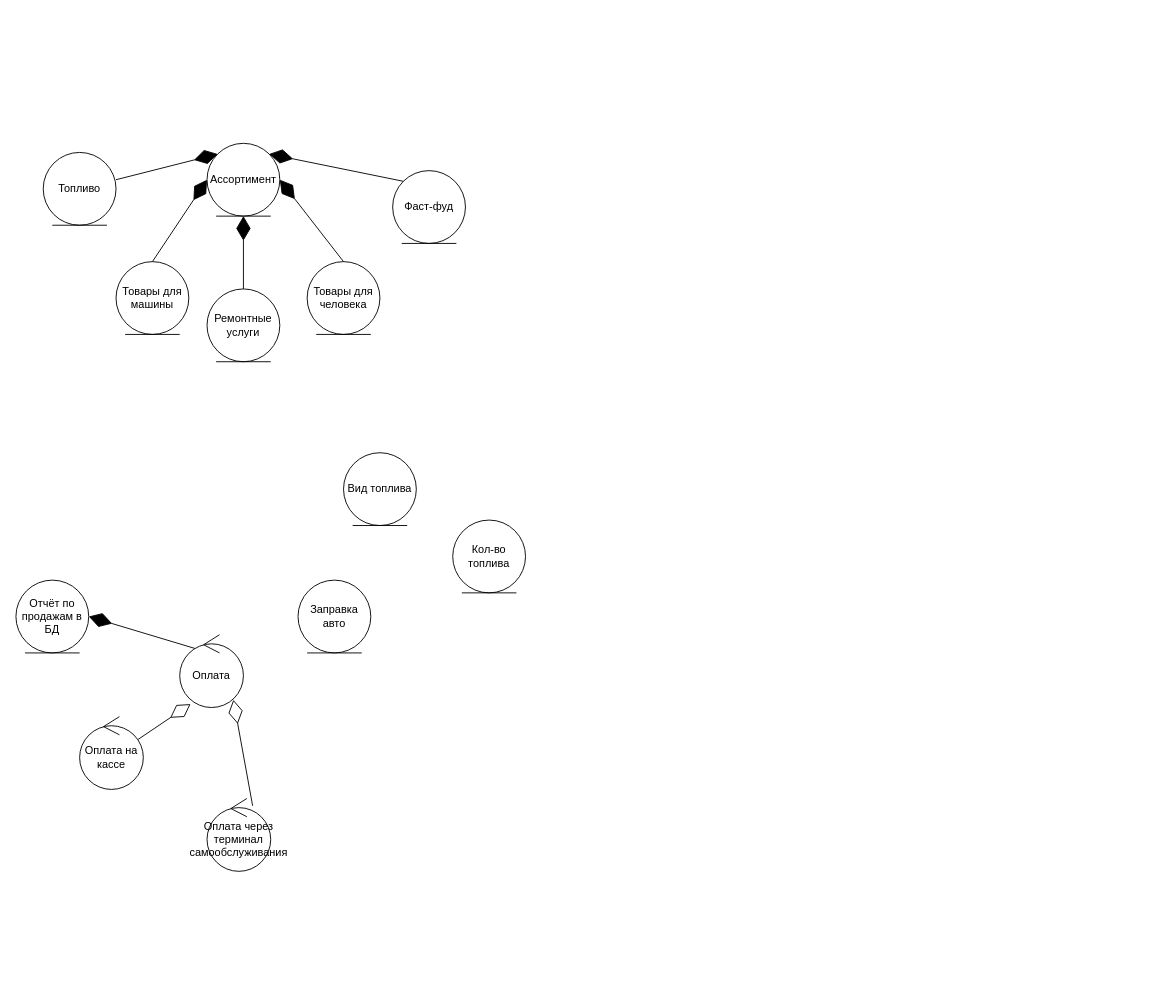
This is page "Классы" (3 of 3) of IKBO-11-20_Kuzin.drawio from Rattokun/ModelRep, a draw.io file, before an edit. Source tidied: cells renumbered, new cells numbered last; positions are measured from the earlier drawing's top-left corner, leaving out a move shared by most shapes. Both pictures are drawn from the tidied source at 91%, with x=0, y=0 at pixel (15, 143).
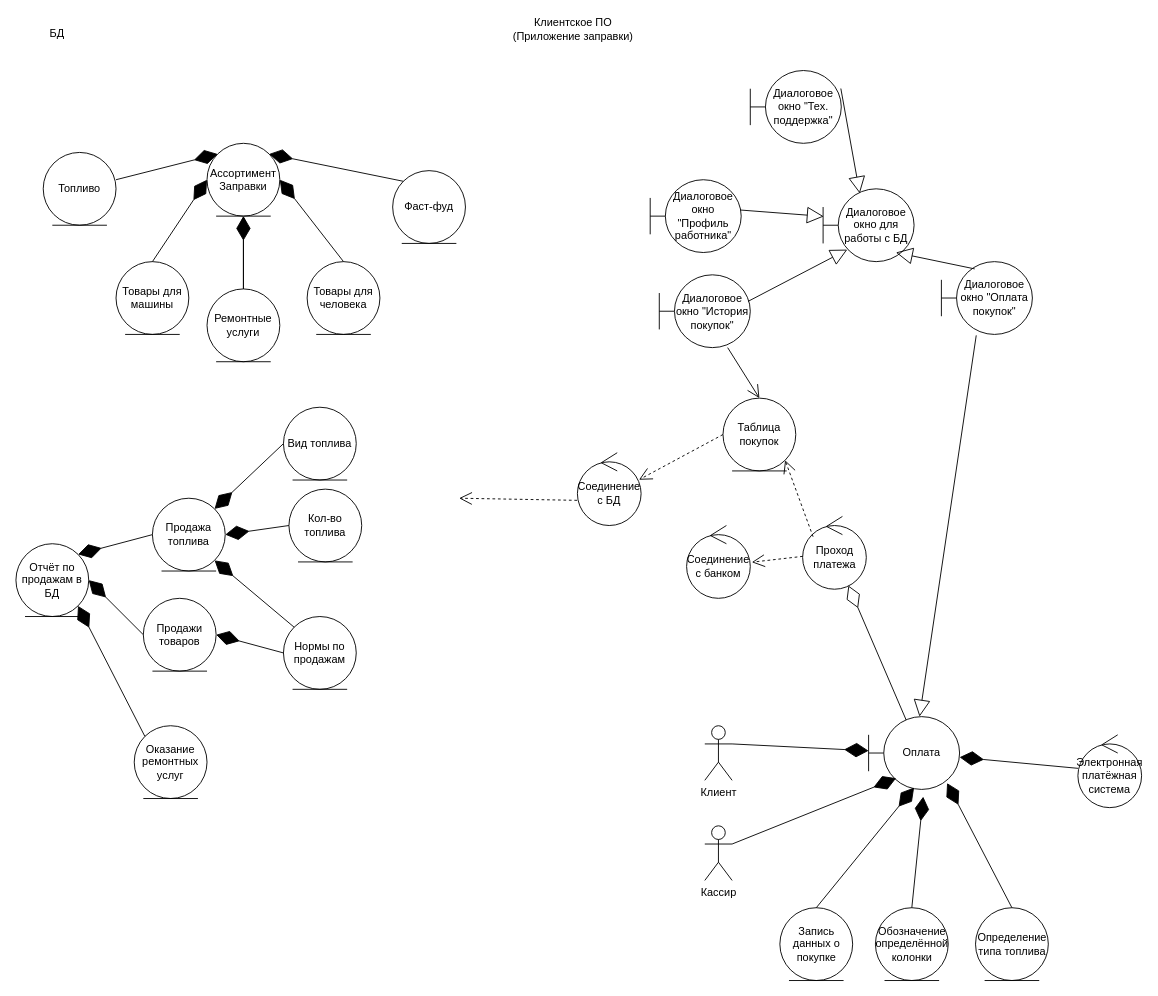
Above is the later version.

Unchanged cells that the change refers to:
```xml
<mxCell id="19" value="Ремонтные услуги" style="ellipse;shape=umlEntity;whiteSpace=wrap;html=1;" parent="1" vertex="1">
  <mxGeometry x="210" y="160" width="80" height="80" as="geometry" />
</mxCell>
```

What changed in the source:
```diff
@@
-    <mxCell id="2" value="Ассортимент" style="ellipse;shape=umlEntity;whiteSpace=wrap;html=1;" parent="1" vertex="1">
+    <mxCell id="2" value="Ассортимент&lt;br&gt;Заправки" style="ellipse;shape=umlEntity;whiteSpace=wrap;html=1;" parent="1" vertex="1">
       <mxGeometry x="210" width="80" height="80" as="geometry" />
     </mxCell>
@@
     <mxCell id="11" value="Отчёт по продажам в БД" style="ellipse;shape=umlEntity;whiteSpace=wrap;html=1;" parent="1" vertex="1">
-      <mxGeometry y="480" width="80" height="80" as="geometry" />
+      <mxGeometry y="440" width="80" height="80" as="geometry" />
     </mxCell>
-    <mxCell id="12" style="endArrow=diamondThin;endFill=1;endSize=24;html=1;rounded=0;exitX=0.237;exitY=0.188;exitDx=0;exitDy=0;entryX=1;entryY=0.5;entryDx=0;entryDy=0;exitPerimeter=0;" parent="1" edge="1" source="16" target="11">
-      <mxGeometry relative="1" as="geometry" />
-    </mxCell>
-    <mxCell id="13" value="Заправка авто" style="ellipse;shape=umlEntity;whiteSpace=wrap;html=1;" parent="1" vertex="1">
-      <mxGeometry x="310" y="480" width="80" height="80" as="geometry" />
-    </mxCell>
     <mxCell id="14" value="Вид топлива" style="ellipse;shape=umlEntity;whiteSpace=wrap;html=1;" parent="1" vertex="1">
-      <mxGeometry x="360" y="340" width="80" height="80" as="geometry" />
+      <mxGeometry x="294" y="290" width="80" height="80" as="geometry" />
     </mxCell>
     <mxCell id="15" value="Кол-во топлива" style="ellipse;shape=umlEntity;whiteSpace=wrap;html=1;" parent="1" vertex="1">
-      <mxGeometry x="480" y="414" width="80" height="80" as="geometry" />
+      <mxGeometry x="300" y="380" width="80" height="80" as="geometry" />
     </mxCell>
-    <mxCell id="16" value="Оплата" style="ellipse;shape=umlControl;whiteSpace=wrap;html=1;" parent="1" vertex="1">
-      <mxGeometry x="180" y="540" width="70" height="80" as="geometry" />
-    </mxCell>
-    <mxCell id="17" value="Оплата на кассе" style="ellipse;shape=umlControl;whiteSpace=wrap;html=1;" parent="1" vertex="1">
-      <mxGeometry x="70" y="630" width="70" height="80" as="geometry" />
-    </mxCell>
-    <mxCell id="18" value="Оплата через терминал самообслуживания" style="ellipse;shape=umlControl;whiteSpace=wrap;html=1;" parent="1" vertex="1">
-      <mxGeometry x="210" y="720" width="70" height="80" as="geometry" />
-    </mxCell>
+    <mxCell id="23" style="edgeStyle=orthogonalEdgeStyle;rounded=0;jettySize=auto;html=1;" parent="1" edge="1" source="19" target="2">
+      <mxGeometry relative="1" as="geometry" />
+    </mxCell>
@@
-    <mxCell id="21" style="endArrow=diamondThin;endFill=0;endSize=24;html=1;rounded=0;exitX=0.918;exitY=0.313;exitDx=0;exitDy=0;exitPerimeter=0;entryX=0.17;entryY=0.953;entryDx=0;entryDy=0;entryPerimeter=0;" parent="1" edge="1" source="17" target="16">
-      <mxGeometry relative="1" as="geometry" />
-    </mxCell>
-    <mxCell id="22" style="endArrow=diamondThin;endFill=0;endSize=24;html=1;rounded=0;exitX=0.716;exitY=0.1;exitDx=0;exitDy=0;exitPerimeter=0;entryX=0.842;entryY=0.894;entryDx=0;entryDy=0;entryPerimeter=0;" parent="1" edge="1" source="18" target="16">
-      <mxGeometry relative="1" as="geometry" />
-    </mxCell>
+    <mxCell id="24" value="Диалоговое окно для работы с БД" style="shape=umlBoundary;whiteSpace=wrap;html=1;" parent="1" vertex="1">
+      <mxGeometry x="887" y="50" width="100" height="80" as="geometry" />
+    </mxCell>
+    <mxCell id="25" value="БД" style="text;html=1;align=center;verticalAlign=middle;strokeColor=none;fillColor=none;" parent="1" vertex="1">
+      <mxGeometry x="30" y="-130" width="30" height="20" as="geometry" />
+    </mxCell>
+    <mxCell id="26" value="Продажи товаров" style="ellipse;shape=umlEntity;whiteSpace=wrap;html=1;" parent="1" vertex="1">
+      <mxGeometry x="140" y="500" width="80" height="80" as="geometry" />
+    </mxCell>
+    <mxCell id="27" value="Оказание ремонтных услуг" style="ellipse;shape=umlEntity;whiteSpace=wrap;html=1;" parent="1" vertex="1">
+      <mxGeometry x="130" y="640" width="80" height="80" as="geometry" />
+    </mxCell>
+    <mxCell id="28" style="endArrow=diamondThin;endFill=1;endSize=24;html=1;rounded=0;exitX=0;exitY=0.5;exitDx=0;exitDy=0;entryX=1;entryY=0.5;entryDx=0;entryDy=0;" parent="1" edge="1" source="26" target="11">
+      <mxGeometry relative="1" as="geometry" />
+    </mxCell>
+    <mxCell id="29" style="endArrow=diamondThin;endFill=1;endSize=24;html=1;rounded=0;exitX=0;exitY=0;exitDx=0;exitDy=0;entryX=1;entryY=1;entryDx=0;entryDy=0;" parent="1" edge="1" source="27" target="11">
+      <mxGeometry relative="1" as="geometry" />
+    </mxCell>
+    <mxCell id="30" value="Продажа топлива" style="ellipse;shape=umlEntity;whiteSpace=wrap;html=1;" parent="1" vertex="1">
+      <mxGeometry x="150" y="390" width="80" height="80" as="geometry" />
+    </mxCell>
+    <mxCell id="31" style="endArrow=diamondThin;endFill=1;endSize=24;html=1;rounded=0;exitX=0;exitY=0.5;exitDx=0;exitDy=0;entryX=1;entryY=0;entryDx=0;entryDy=0;" parent="1" edge="1" source="30" target="11">
+      <mxGeometry relative="1" as="geometry" />
+    </mxCell>
+    <mxCell id="32" style="endArrow=diamondThin;endFill=1;endSize=24;html=1;rounded=0;exitX=0;exitY=0.5;exitDx=0;exitDy=0;entryX=1;entryY=0;entryDx=0;entryDy=0;" parent="1" edge="1" source="14" target="30">
+      <mxGeometry relative="1" as="geometry" />
+    </mxCell>
+    <mxCell id="33" style="endArrow=diamondThin;endFill=1;endSize=24;html=1;rounded=0;exitX=0;exitY=0.5;exitDx=0;exitDy=0;entryX=1;entryY=0.5;entryDx=0;entryDy=0;" parent="1" edge="1" source="15" target="30">
+      <mxGeometry relative="1" as="geometry" />
+    </mxCell>
+    <mxCell id="34" value="Нормы по продажам" style="ellipse;shape=umlEntity;whiteSpace=wrap;html=1;" parent="1" vertex="1">
+      <mxGeometry x="294" y="520" width="80" height="80" as="geometry" />
+    </mxCell>
+    <mxCell id="35" style="endArrow=diamondThin;endFill=1;endSize=24;html=1;rounded=0;exitX=0;exitY=0.5;exitDx=0;exitDy=0;entryX=1;entryY=0.5;entryDx=0;entryDy=0;" parent="1" edge="1" source="34" target="26">
+      <mxGeometry relative="1" as="geometry" />
+    </mxCell>
+    <mxCell id="36" style="endArrow=diamondThin;endFill=1;endSize=24;html=1;rounded=0;exitX=0;exitY=0;exitDx=0;exitDy=0;entryX=1;entryY=1;entryDx=0;entryDy=0;" parent="1" edge="1" source="34" target="30">
+      <mxGeometry relative="1" as="geometry" />
+    </mxCell>
+    <mxCell id="37" value="Клиентское ПО&lt;br&gt;(Приложение заправки)" style="text;html=1;align=center;verticalAlign=middle;strokeColor=none;fillColor=none;" parent="1" vertex="1">
+      <mxGeometry x="537" y="-140" width="150" height="30" as="geometry" />
+    </mxCell>
+    <mxCell id="38" value="Диалоговое окно &quot;Профиль работника&quot;" style="shape=umlBoundary;whiteSpace=wrap;html=1;" parent="1" vertex="1">
+      <mxGeometry x="697" y="40" width="100" height="80" as="geometry" />
+    </mxCell>
+    <mxCell id="39" value="Диалоговое окно &quot;Тех. поддержка&quot;" style="shape=umlBoundary;whiteSpace=wrap;html=1;" parent="1" vertex="1">
+      <mxGeometry x="807" y="-80" width="100" height="80" as="geometry" />
+    </mxCell>
+    <mxCell id="40" value="Диалоговое окно &quot;Оплата покупок&quot;" style="shape=umlBoundary;whiteSpace=wrap;html=1;" parent="1" vertex="1">
+      <mxGeometry x="1017" y="130" width="100" height="80" as="geometry" />
+    </mxCell>
+    <mxCell id="41" style="endArrow=block;endSize=16;endFill=0;html=1;rounded=0;entryX=0.403;entryY=0.063;entryDx=0;entryDy=0;entryPerimeter=0;exitX=0.995;exitY=0.247;exitDx=0;exitDy=0;exitPerimeter=0;" parent="1" edge="1" source="39" target="24">
+      <mxGeometry x="-0.07" y="110" relative="1" as="geometry">
+        <mxPoint x="1" as="offset" />
+      </mxGeometry>
+    </mxCell>
+    <mxCell id="42" style="endArrow=block;endSize=16;endFill=0;html=1;rounded=0;exitX=0.989;exitY=0.416;exitDx=0;exitDy=0;exitPerimeter=0;entryX=0.007;entryY=0.379;entryDx=0;entryDy=0;entryPerimeter=0;" parent="1" edge="1" source="38" target="24">
+      <mxGeometry x="-0.07" y="110" relative="1" as="geometry">
+        <mxPoint x="1" as="offset" />
+      </mxGeometry>
+    </mxCell>
+    <mxCell id="16" value="Оплата" style="shape=umlBoundary;whiteSpace=wrap;html=1;" parent="1" vertex="1">
+      <mxGeometry x="937" y="630" width="100" height="80" as="geometry" />
+    </mxCell>
+    <mxCell id="43" value="Клиент" style="shape=umlActor;verticalLabelPosition=bottom;verticalAlign=top;html=1;" parent="1" vertex="1">
+      <mxGeometry x="757" y="640" width="30" height="60" as="geometry" />
+    </mxCell>
+    <mxCell id="44" value="Диалоговое окно &quot;История покупок&quot;" style="shape=umlBoundary;whiteSpace=wrap;html=1;" parent="1" vertex="1">
+      <mxGeometry x="707" y="144.5" width="100" height="80" as="geometry" />
+    </mxCell>
+    <mxCell id="45" style="endArrow=block;endSize=16;endFill=0;html=1;rounded=0;entryX=0.266;entryY=0.835;entryDx=0;entryDy=0;entryPerimeter=0;exitX=0.975;exitY=0.365;exitDx=0;exitDy=0;exitPerimeter=0;" parent="1" edge="1" source="44" target="24">
+      <mxGeometry x="-0.07" y="110" relative="1" as="geometry">
+        <mxPoint x="1" as="offset" />
+      </mxGeometry>
+    </mxCell>
+    <mxCell id="46" value="Запись данных о покупке" style="ellipse;shape=umlEntity;whiteSpace=wrap;html=1;" parent="1" vertex="1">
+      <mxGeometry x="839.5" y="840" width="80" height="80" as="geometry" />
+    </mxCell>
+    <mxCell id="47" value="Обозначение определённой колонки" style="ellipse;shape=umlEntity;whiteSpace=wrap;html=1;" parent="1" vertex="1">
+      <mxGeometry x="944.5" y="840" width="80" height="80" as="geometry" />
+    </mxCell>
+    <mxCell id="48" value="Соединение с БД" style="ellipse;shape=umlControl;whiteSpace=wrap;html=1;" parent="1" vertex="1">
+      <mxGeometry x="617" y="340" width="70" height="80" as="geometry" />
+    </mxCell>
+    <mxCell id="49" value="Определение типа топлива" style="ellipse;shape=umlEntity;whiteSpace=wrap;html=1;" parent="1" vertex="1">
+      <mxGeometry x="1054.5" y="840" width="80" height="80" as="geometry" />
+    </mxCell>
+    <mxCell id="50" value="Проход платежа" style="ellipse;shape=umlControl;whiteSpace=wrap;html=1;" parent="1" vertex="1">
+      <mxGeometry x="864.5" y="410" width="70" height="80" as="geometry" />
+    </mxCell>
+    <mxCell id="51" value="Соединение с банком" style="ellipse;shape=umlControl;whiteSpace=wrap;html=1;" parent="1" vertex="1">
+      <mxGeometry x="737" y="420" width="70" height="80" as="geometry" />
+    </mxCell>
+    <mxCell id="52" style="endArrow=block;endSize=16;endFill=0;html=1;rounded=0;exitX=0.366;exitY=0.1;exitDx=0;exitDy=0;exitPerimeter=0;" parent="1" edge="1" source="40">
+      <mxGeometry x="-0.07" y="110" relative="1" as="geometry">
+        <mxPoint x="967" y="120" as="targetPoint" />
+        <mxPoint x="1" as="offset" />
+      </mxGeometry>
+    </mxCell>
+    <mxCell id="53" value="Таблица покупок" style="ellipse;shape=umlEntity;whiteSpace=wrap;html=1;" parent="1" vertex="1">
+      <mxGeometry x="777" y="280" width="80" height="80" as="geometry" />
+    </mxCell>
+    <mxCell id="54" value="Кассир" style="shape=umlActor;verticalLabelPosition=bottom;verticalAlign=top;html=1;" parent="1" vertex="1">
+      <mxGeometry x="757" y="750" width="30" height="60" as="geometry" />
+    </mxCell>
+    <mxCell id="55" style="endArrow=diamondThin;endFill=1;endSize=24;html=1;rounded=0;exitX=1;exitY=0.3333333333333333;exitDx=0;exitDy=0;exitPerimeter=0;" parent="1" edge="1" source="43" target="16">
+      <mxGeometry relative="1" as="geometry" />
+    </mxCell>
+    <mxCell id="56" style="endArrow=diamondThin;endFill=1;endSize=24;html=1;rounded=0;exitX=1;exitY=0.3333333333333333;exitDx=0;exitDy=0;exitPerimeter=0;entryX=0.303;entryY=0.846;entryDx=0;entryDy=0;entryPerimeter=0;" parent="1" edge="1" source="54" target="16">
+      <mxGeometry relative="1" as="geometry" />
+    </mxCell>
+    <mxCell id="57" style="endArrow=diamondThin;endFill=1;endSize=24;html=1;rounded=0;exitX=0.5;exitY=0;exitDx=0;exitDy=0;" parent="1" edge="1" source="46">
+      <mxGeometry relative="1" as="geometry">
+        <mxPoint x="987" y="708" as="targetPoint" />
+      </mxGeometry>
+    </mxCell>
+    <mxCell id="58" style="endArrow=diamondThin;endFill=1;endSize=24;html=1;rounded=0;exitX=0.5;exitY=0;exitDx=0;exitDy=0;" parent="1" edge="1" source="47">
+      <mxGeometry relative="1" as="geometry">
+        <mxPoint x="997" y="718" as="targetPoint" />
+      </mxGeometry>
+    </mxCell>
+    <mxCell id="59" style="endArrow=diamondThin;endFill=1;endSize=24;html=1;rounded=0;exitX=0.5;exitY=0;exitDx=0;exitDy=0;entryX=0.863;entryY=0.913;entryDx=0;entryDy=0;entryPerimeter=0;" parent="1" edge="1" source="49" target="16">
+      <mxGeometry relative="1" as="geometry" />
+    </mxCell>
+    <mxCell id="60" style="endArrow=diamondThin;endFill=0;endSize=24;html=1;rounded=0;exitX=0.413;exitY=0.047;exitDx=0;exitDy=0;exitPerimeter=0;" parent="1" edge="1" source="16" target="50">
+      <mxGeometry relative="1" as="geometry" />
+    </mxCell>
+    <mxCell id="61" style="endArrow=open;endFill=1;endSize=12;html=1;rounded=0;entryX=0.5;entryY=0;entryDx=0;entryDy=0;" parent="1" edge="1" source="44" target="53">
+      <mxGeometry relative="1" as="geometry" />
+    </mxCell>
+    <mxCell id="62" value="Электронная платёжная система" style="ellipse;shape=umlControl;whiteSpace=wrap;html=1;" parent="1" vertex="1">
+      <mxGeometry x="1167" y="650" width="70" height="80" as="geometry" />
+    </mxCell>
+    <mxCell id="63" style="endArrow=diamondThin;endFill=1;endSize=24;html=1;rounded=0;" parent="1" edge="1" source="62" target="16">
+      <mxGeometry relative="1" as="geometry" />
+    </mxCell>
+    <mxCell id="64" style="endArrow=open;endSize=12;dashed=1;html=1;rounded=0;entryX=1;entryY=1;entryDx=0;entryDy=0;exitX=0.164;exitY=0.279;exitDx=0;exitDy=0;exitPerimeter=0;" parent="1" edge="1" source="50" target="53">
+      <mxGeometry x="0.25" y="-10" relative="1" as="geometry" />
+    </mxCell>
+    <mxCell id="65" style="endArrow=open;endSize=12;dashed=1;html=1;rounded=0;exitX=0;exitY=0.5;exitDx=0;exitDy=0;entryX=0.967;entryY=0.371;entryDx=0;entryDy=0;entryPerimeter=0;" parent="1" edge="1" source="53" target="48">
+      <mxGeometry x="0.25" y="-10" relative="1" as="geometry" />
+    </mxCell>
+    <mxCell id="66" style="endArrow=open;endSize=12;dashed=1;html=1;rounded=0;exitX=-0.005;exitY=0.654;exitDx=0;exitDy=0;exitPerimeter=0;" parent="1" edge="1" source="48">
+      <mxGeometry x="0.25" y="-10" relative="1" as="geometry">
+        <mxPoint x="487" y="390" as="targetPoint" />
+      </mxGeometry>
+    </mxCell>
+    <mxCell id="67" style="endArrow=open;endSize=12;dashed=1;html=1;rounded=0;entryX=1.024;entryY=0.504;entryDx=0;entryDy=0;entryPerimeter=0;" parent="1" edge="1" source="50" target="51">
+      <mxGeometry x="0.25" y="-10" relative="1" as="geometry" />
+    </mxCell>
+    <mxCell id="68" style="endArrow=block;endSize=16;endFill=0;html=1;rounded=0;exitX=0.383;exitY=1.013;exitDx=0;exitDy=0;exitPerimeter=0;" parent="1" edge="1" source="40" target="16">
+      <mxGeometry x="-0.07" y="110" relative="1" as="geometry">
+        <mxPoint x="1" as="offset" />
+      </mxGeometry>
+    </mxCell>
```
